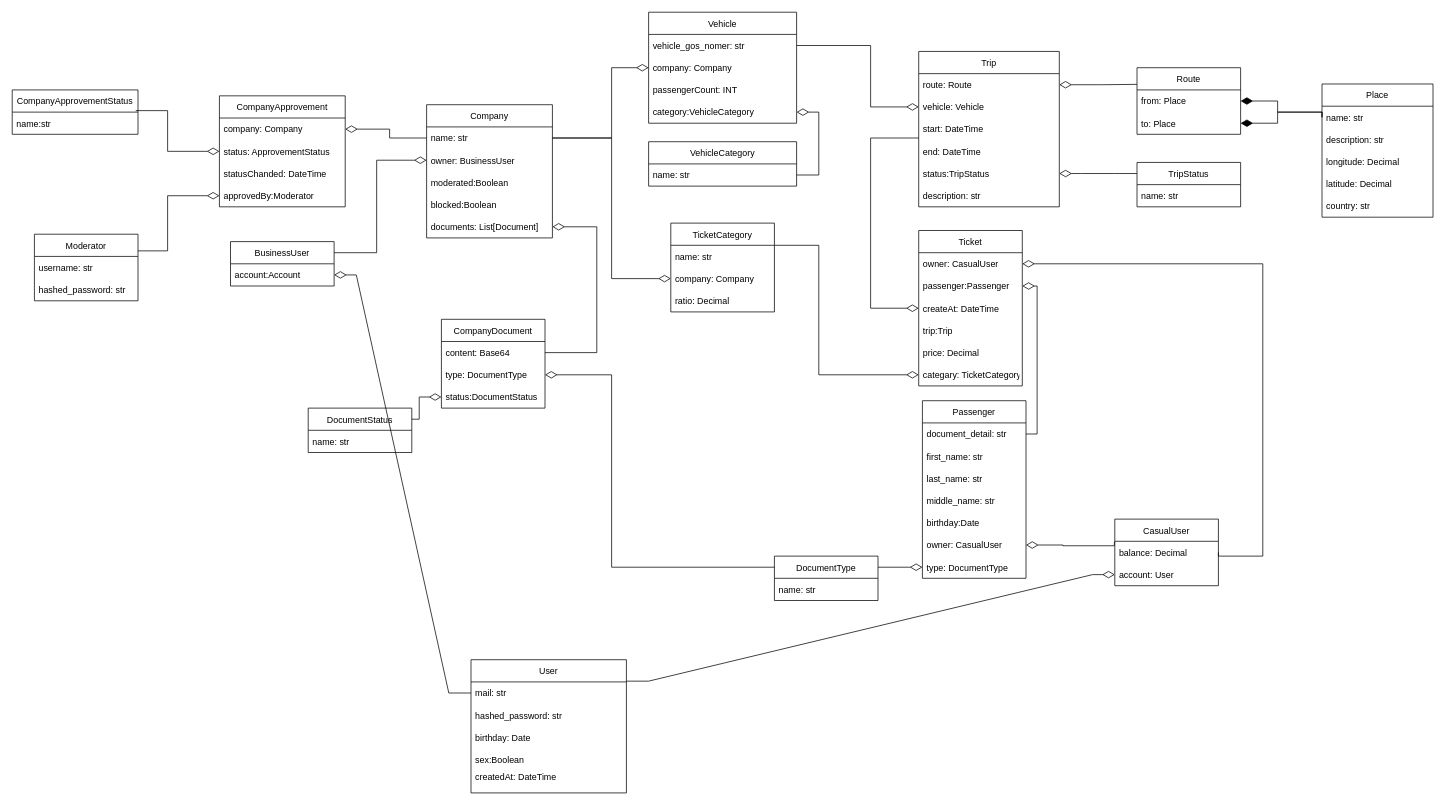
This is VehicleAggModels.drawio from vehicle-aggregator/docs, a draw.io file, before an edit. Source tidied: cells renumbered, new cells numbered last; positions are measured from the earlier drawing's top-left corner, leaving out a move shared by most shapes. Both pictures are drawn from the tidied source at 74%, with x=0, y=0 at pixel (12, 12).
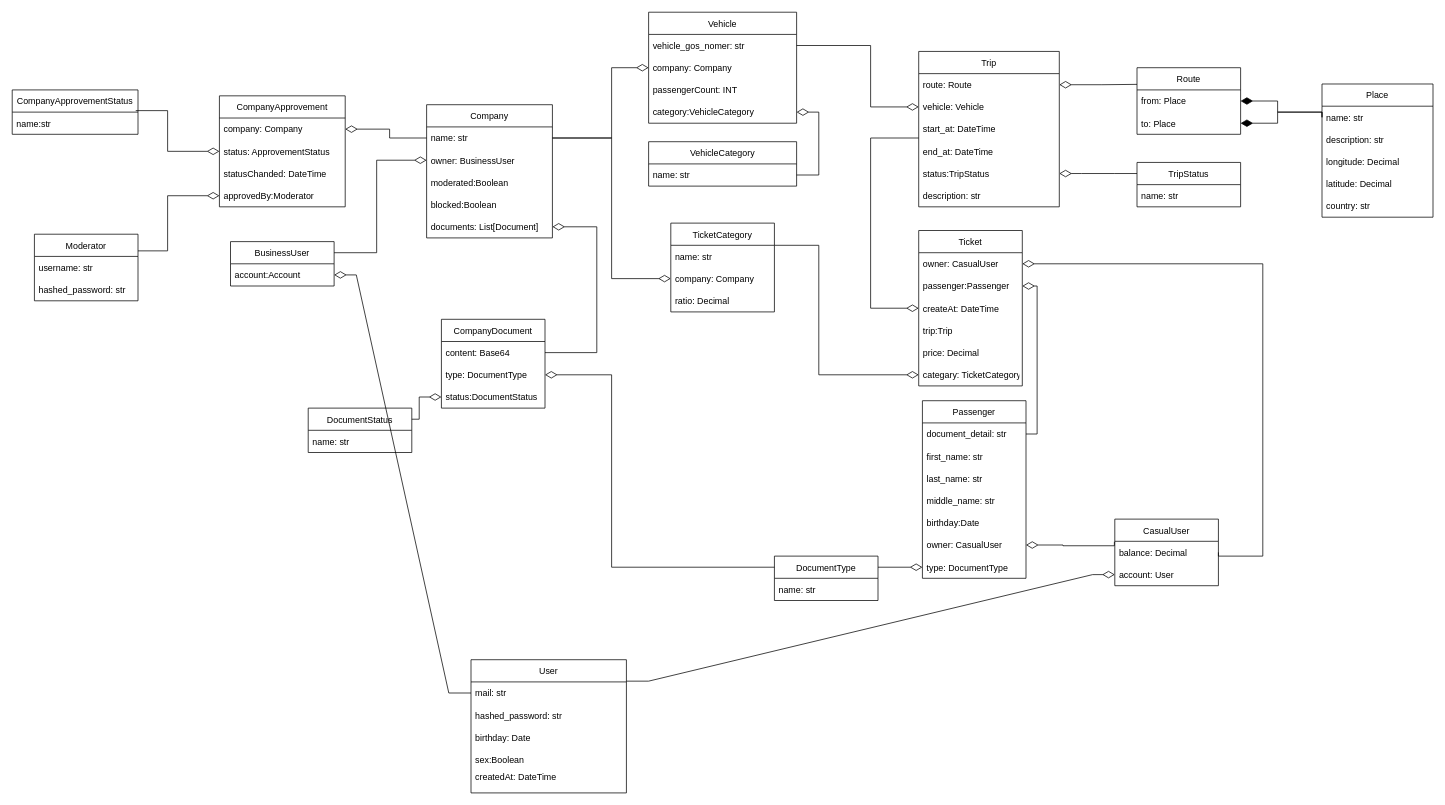
The same diagram, later.

Commit message:
start_at end_at

Unchanged cells that the change refers to:
```xml
<mxCell id="44" value="Trip" style="swimlane;fontStyle=0;horizontal=1;startSize=30;" parent="1" vertex="1">
  <mxGeometry x="1225" y="53" width="190" height="210" as="geometry" />
</mxCell>
```

Change to the diagram source:
```diff
@@
-    <mxCell id="47" value="start: DateTime" style="text;strokeColor=none;fillColor=none;align=left;verticalAlign=middle;spacingLeft=4;spacingRight=4;overflow=hidden;" parent="44" vertex="1">
+    <mxCell id="47" value="start_at: DateTime" style="text;strokeColor=none;fillColor=none;align=left;verticalAlign=middle;spacingLeft=4;spacingRight=4;overflow=hidden;" parent="44" vertex="1">
       <mxGeometry y="90" width="190" height="30" as="geometry" />
     </mxCell>
-    <mxCell id="48" value="end: DateTime" style="text;strokeColor=none;fillColor=none;align=left;verticalAlign=middle;spacingLeft=4;spacingRight=4;overflow=hidden;" parent="44" vertex="1">
+    <mxCell id="48" value="end_at: DateTime" style="text;strokeColor=none;fillColor=none;align=left;verticalAlign=middle;spacingLeft=4;spacingRight=4;overflow=hidden;" parent="44" vertex="1">
       <mxGeometry y="120" width="190" height="30" as="geometry" />
     </mxCell>
```
